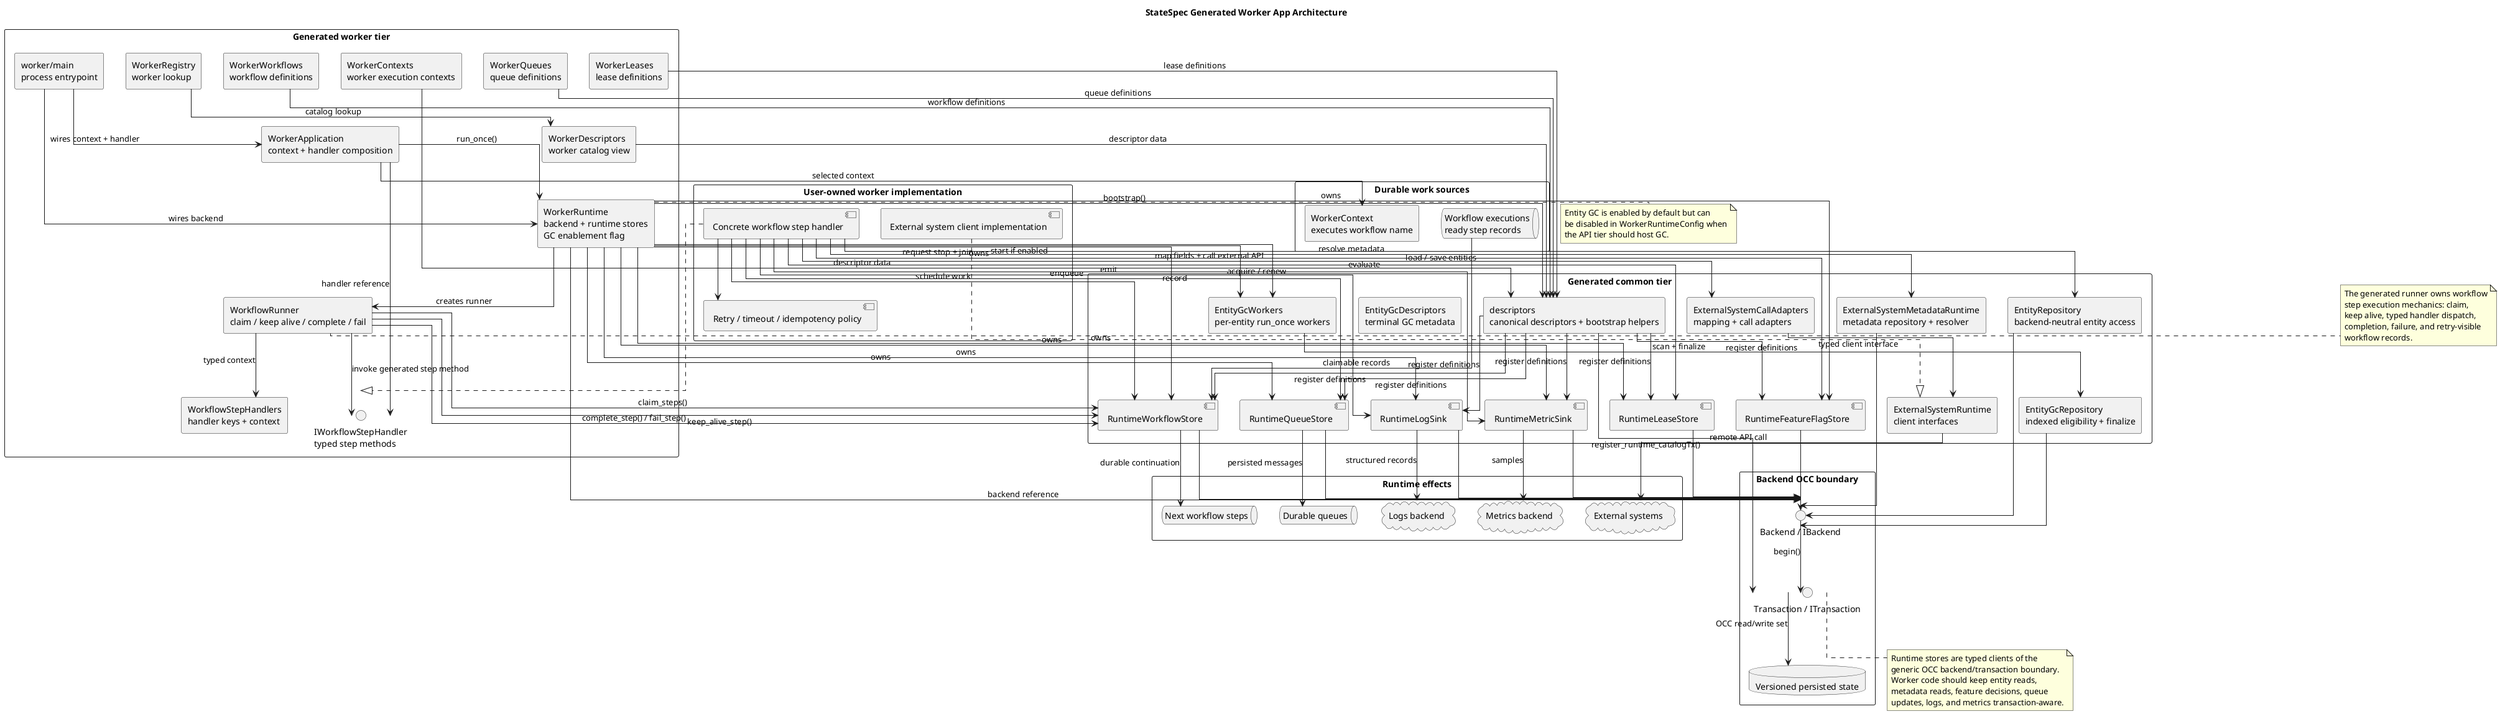
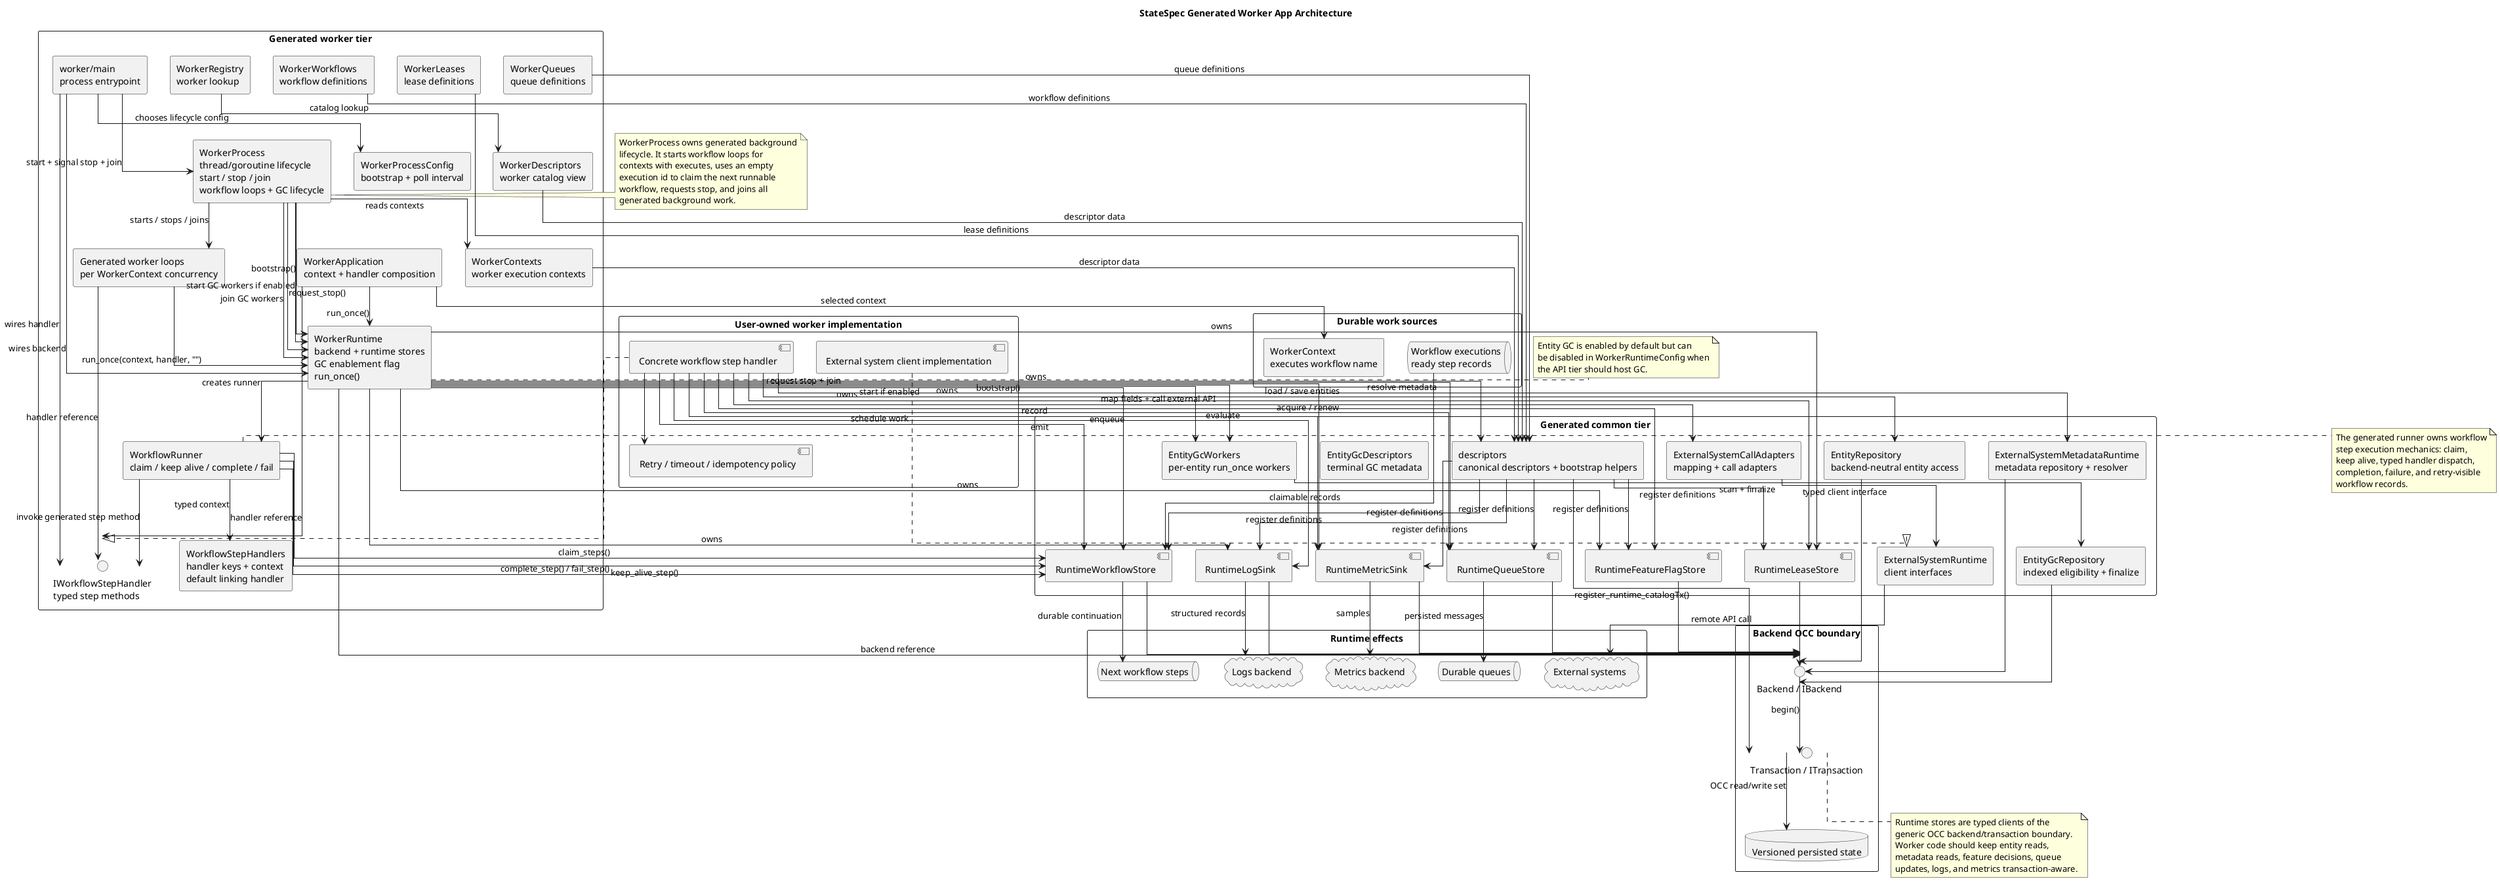
@startuml
title StateSpec Generated Worker App Architecture

skinparam shadowing false
skinparam linetype ortho
skinparam packageStyle rectangle

package "Durable work sources" {
  queue "Workflow executions\nready step records" as WorkflowExecutions
  rectangle "WorkerContext\nexecutes workflow name" as WorkerContext
}

package "Generated worker tier" {
  rectangle "worker/main\nprocess entrypoint" as WorkerMain
-   rectangle "WorkerRuntime\nbackend + runtime stores\nGC enablement flag" as WorkerRuntime
+   rectangle "WorkerProcess\nthread/goroutine lifecycle\nstart / stop / join\nworkflow loops + GC lifecycle" as WorkerProcess
+   rectangle "WorkerProcessConfig\nbootstrap + poll interval" as WorkerProcessConfig
+   rectangle "WorkerRuntime\nbackend + runtime stores\nGC enablement flag\nrun_once()" as WorkerRuntime
+   rectangle "Generated worker loops\nper WorkerContext concurrency" as WorkerLoops
  rectangle "WorkerApplication\ncontext + handler composition" as WorkerApplication
  rectangle "WorkerRegistry\nworker lookup" as WorkerRegistry
  rectangle "WorkerDescriptors\nworker catalog view" as WorkerDescriptors
  rectangle "WorkerContexts\nworker execution contexts" as WorkerContexts
  rectangle "WorkflowRunner\nclaim / keep alive / complete / fail" as WorkflowRunner
  interface "IWorkflowStepHandler\ntyped step methods" as StepHandler
-   rectangle "WorkflowStepHandlers\nhandler keys + context" as StepHandlers
+   rectangle "WorkflowStepHandlers\nhandler keys + context\ndefault linking handler" as StepHandlers
  rectangle "WorkerQueues\nqueue definitions" as WorkerQueues
  rectangle "WorkerLeases\nlease definitions" as WorkerLeases
  rectangle "WorkerWorkflows\nworkflow definitions" as WorkerWorkflows
}

package "Generated common tier" {
  rectangle "descriptors\ncanonical descriptors + bootstrap helpers" as CommonDescriptors
  rectangle "EntityRepository\nbackend-neutral entity access" as EntityRepository
  rectangle "ExternalSystemRuntime\nclient interfaces" as ExternalSystemRuntime
  rectangle "ExternalSystemCallAdapters\nmapping + call adapters" as CallAdapters
  rectangle "ExternalSystemMetadataRuntime\nmetadata repository + resolver" as MetadataRuntime
  component "RuntimeFeatureFlagStore" as FeatureFlagStore
  component "RuntimeQueueStore" as QueueStore
  component "RuntimeLeaseStore" as LeaseStore
  component "RuntimeWorkflowStore" as WorkflowStore
  component "RuntimeLogSink" as LogSink
  component "RuntimeMetricSink" as MetricSink
  rectangle "EntityGcDescriptors\nterminal GC metadata" as EntityGcDescriptors
  rectangle "EntityGcRepository\nindexed eligibility + finalize" as EntityGcRepository
  rectangle "EntityGcWorkers\nper-entity run_once workers" as EntityGcWorkers
}

package "User-owned worker implementation" {
  component "Concrete workflow step handler" as ConcreteStepHandler
  component "External system client implementation" as ExternalClientImpl
  component "Retry / timeout / idempotency policy" as RetryPolicy
}

package "Backend OCC boundary" {
  interface "Backend / IBackend" as Backend
  interface "Transaction / ITransaction" as Transaction
  database "Versioned persisted state" as Store
}

package "Runtime effects" {
  queue "Next workflow steps" as NextSteps
  queue "Durable queues" as DurableQueues
  cloud "External systems" as ExternalSystems
  cloud "Logs backend" as LogsBackend
  cloud "Metrics backend" as MetricsBackend
}

WorkerMain --> WorkerRuntime : wires backend
- WorkerMain --> WorkerApplication : wires context + handler
+ WorkerMain --> StepHandler : wires handler
+ WorkerMain --> WorkerProcessConfig : chooses lifecycle config
+ WorkerMain --> WorkerProcess : start + signal stop + join
+ WorkerProcess --> WorkerRuntime : bootstrap()
+ WorkerProcess --> WorkerRuntime : start GC workers if enabled
+ WorkerProcess --> WorkerLoops : starts / stops / joins
+ WorkerProcess --> WorkerRuntime : request_stop()
+ WorkerProcess --> WorkerRuntime : join GC workers
+ WorkerProcess --> WorkerContexts : reads contexts
+ WorkerLoops --> WorkerRuntime : run_once(context, handler, "")
+ WorkerLoops --> StepHandler : handler reference
WorkerRuntime --> CommonDescriptors : bootstrap()
WorkerRuntime --> Backend : backend reference
WorkerRuntime --> FeatureFlagStore : owns
WorkerRuntime --> QueueStore : owns
WorkerRuntime --> LeaseStore : owns
WorkerRuntime --> WorkflowStore : owns
WorkerRuntime --> LogSink : owns
WorkerRuntime --> MetricSink : owns
WorkerRuntime --> EntityGcWorkers : start if enabled
WorkerRuntime --> EntityGcWorkers : request stop + join

CommonDescriptors --> Transaction : register_runtime_catalogTx()
CommonDescriptors --> FeatureFlagStore : register definitions
CommonDescriptors --> QueueStore : register definitions
CommonDescriptors --> LeaseStore : register definitions
CommonDescriptors --> WorkflowStore : register definitions
CommonDescriptors --> LogSink : register definitions
CommonDescriptors --> MetricSink : register definitions

WorkerApplication --> WorkerContext : selected context
WorkerApplication --> WorkerRuntime : run_once()
WorkerApplication --> StepHandler : handler reference

WorkerRegistry --> WorkerDescriptors : catalog lookup
WorkerContexts --> CommonDescriptors : descriptor data
WorkerDescriptors --> CommonDescriptors : descriptor data
WorkerQueues --> CommonDescriptors : queue definitions
WorkerLeases --> CommonDescriptors : lease definitions
WorkerWorkflows --> CommonDescriptors : workflow definitions

WorkflowExecutions --> WorkflowStore : claimable records
WorkerRuntime --> WorkflowRunner : creates runner
WorkflowRunner --> WorkflowStore : claim_steps()
WorkflowRunner --> WorkflowStore : keep_alive_step()
WorkflowRunner --> StepHandlers : typed context
WorkflowRunner --> StepHandler : invoke generated step method
WorkflowRunner --> WorkflowStore : complete_step() / fail_step()

ConcreteStepHandler ..|> StepHandler
ConcreteStepHandler --> RetryPolicy
ConcreteStepHandler --> EntityRepository : load / save entities
ConcreteStepHandler --> MetadataRuntime : resolve metadata
ConcreteStepHandler --> CallAdapters : map fields + call external API
ConcreteStepHandler --> FeatureFlagStore : evaluate
ConcreteStepHandler --> QueueStore : enqueue
ConcreteStepHandler --> LeaseStore : acquire / renew
ConcreteStepHandler --> WorkflowStore : schedule work
ConcreteStepHandler --> LogSink : emit
ConcreteStepHandler --> MetricSink : record

ExternalClientImpl ..|> ExternalSystemRuntime
CallAdapters --> ExternalSystemRuntime : typed client interface
ExternalSystemRuntime --> ExternalSystems : remote API call

EntityRepository --> Backend
MetadataRuntime --> Backend
FeatureFlagStore --> Backend
QueueStore --> Backend
LeaseStore --> Backend
WorkflowStore --> Backend
LogSink --> Backend
MetricSink --> Backend
EntityGcWorkers --> EntityGcRepository : scan + finalize
EntityGcRepository --> Backend

Backend --> Transaction : begin()
Transaction --> Store : OCC read/write set
WorkflowStore --> NextSteps : durable continuation
QueueStore --> DurableQueues : persisted messages
LogSink --> LogsBackend : structured records
MetricSink --> MetricsBackend : samples

note right of WorkflowRunner
The generated runner owns workflow
step execution mechanics: claim,
keep alive, typed handler dispatch,
completion, failure, and retry-visible
workflow records.
end note

+ note right of WorkerProcess
+ WorkerProcess owns generated background
+ lifecycle. It starts workflow loops for
+ contexts with executes, uses an empty
+ execution id to claim the next runnable
+ workflow, requests stop, and joins all
+ generated background work.
+ end note
+ 
note right of WorkerRuntime
Entity GC is enabled by default but can
be disabled in WorkerRuntimeConfig when
the API tier should host GC.
end note

note bottom of Transaction
Runtime stores are typed clients of the
generic OCC backend/transaction boundary.
Worker code should keep entity reads,
metadata reads, feature decisions, queue
updates, logs, and metrics transaction-aware.
end note

@enduml
